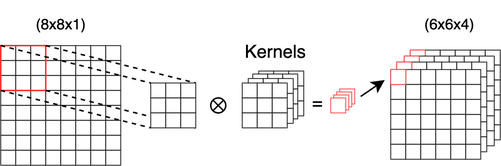
Above: media/convolutions.png in 25benjaminli/ml-explanations (draw.io), before the change. Source tidied: cells renumbered, new cells last; positions are measured from the earlier drawing's top-left corner, leaving out a move shared by most shapes.
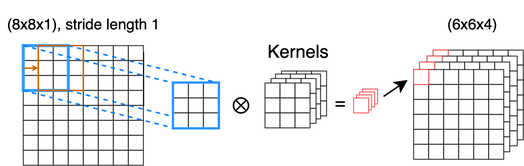
After the commit.

Change to the diagram source:
```diff
@@ -554,6 +554,9 @@
     <mxCell id="184" style="rounded=0;whiteSpace=wrap;html=1;strokeWidth=0.5;" parent="167" vertex="1">
       <mxGeometry x="40" width="10" height="10" as="geometry" />
     </mxCell>
+    <mxCell id="288" style="edgeStyle=orthogonalEdgeStyle;rounded=0;jettySize=auto;html=1;" parent="167" edge="1" source="185" target="231">
+      <mxGeometry relative="1" as="geometry" />
+    </mxCell>
     <mxCell id="185" style="rounded=0;whiteSpace=wrap;html=1;strokeWidth=0.5;" parent="167" vertex="1">
       <mxGeometry x="50" width="10" height="10" as="geometry" />
     </mxCell>
@@ -695,22 +698,31 @@
     <mxCell id="231" style="rounded=0;whiteSpace=wrap;html=1;strokeWidth=0.5;" parent="167" vertex="1">
       <mxGeometry x="70" y="70" width="10" height="10" as="geometry" />
     </mxCell>
-    <mxCell id="232" style="rounded=0;whiteSpace=wrap;html=1;strokeWidth=1;fillColor=none;strokeColor=#FF3333;" parent="167" vertex="1">
+    <mxCell id="232" style="rounded=0;whiteSpace=wrap;html=1;strokeWidth=2;fillColor=none;strokeColor=#3399FF;" parent="167" vertex="1">
       <mxGeometry width="30" height="30" as="geometry" />
     </mxCell>
+    <mxCell id="289" style="rounded=0;whiteSpace=wrap;html=1;strokeWidth=1;fillColor=none;strokeColor=#CC6600;" parent="167" vertex="1">
+      <mxGeometry x="10" width="30" height="30" as="geometry" />
+    </mxCell>
+    <mxCell id="290" style="endArrow=classic;html=1;rounded=0;endSize=1;strokeColor=#CC6600;" parent="167" edge="1">
+      <mxGeometry relative="1" as="geometry">
+        <mxPoint y="15.1" as="sourcePoint" />
+        <mxPoint x="10" y="15" as="targetPoint" />
+      </mxGeometry>
+    </mxCell>
-    <mxCell id="233" style="rounded=0;jettySize=auto;html=1;exitX=0;exitY=0;exitDx=0;exitDy=0;entryX=1;entryY=1;entryDx=0;entryDy=0;endArrow=none;endFill=0;dashed=1;" parent="1" edge="1" source="183" target="246">
+    <mxCell id="233" style="rounded=0;jettySize=auto;html=1;exitX=0;exitY=0;exitDx=0;exitDy=0;entryX=1;entryY=1;entryDx=0;entryDy=0;endArrow=none;endFill=0;dashed=1;strokeColor=#007FFF;" parent="1" edge="1" source="183" target="246">
       <mxGeometry relative="1" as="geometry" />
     </mxCell>
-    <mxCell id="234" style="rounded=0;jettySize=auto;html=1;exitX=0;exitY=0;exitDx=0;exitDy=0;entryX=0;entryY=0;entryDx=0;entryDy=0;endArrow=none;endFill=0;dashed=1;" parent="1" edge="1" source="232" target="238">
+    <mxCell id="234" style="rounded=0;jettySize=auto;html=1;exitX=0;exitY=0;exitDx=0;exitDy=0;entryX=0;entryY=0;entryDx=0;entryDy=0;endArrow=none;endFill=0;dashed=1;strokeColor=#007FFF;" parent="1" edge="1" source="232" target="238">
       <mxGeometry relative="1" as="geometry" />
     </mxCell>
-    <mxCell id="235" style="rounded=0;jettySize=auto;html=1;exitX=1;exitY=0;exitDx=0;exitDy=0;entryX=1;entryY=0;entryDx=0;entryDy=0;endArrow=none;endFill=0;dashed=1;" parent="1" edge="1" source="232" target="240">
+    <mxCell id="235" style="rounded=0;jettySize=auto;html=1;exitX=1;exitY=0;exitDx=0;exitDy=0;entryX=1;entryY=0;entryDx=0;entryDy=0;endArrow=none;endFill=0;dashed=1;strokeColor=#007FFF;" parent="1" edge="1" source="232" target="240">
       <mxGeometry relative="1" as="geometry" />
     </mxCell>
-    <mxCell id="236" style="rounded=0;jettySize=auto;html=1;exitX=0;exitY=1;exitDx=0;exitDy=0;entryX=0;entryY=1;entryDx=0;entryDy=0;endArrow=none;endFill=0;dashed=1;" parent="1" edge="1" source="232" target="244">
+    <mxCell id="236" style="rounded=0;jettySize=auto;html=1;exitX=0;exitY=1;exitDx=0;exitDy=0;entryX=0;entryY=1;entryDx=0;entryDy=0;endArrow=none;endFill=0;dashed=1;strokeColor=#007FFF;" parent="1" edge="1" source="232" target="244">
       <mxGeometry relative="1" as="geometry" />
     </mxCell>
-    <mxCell id="237" style="group;" parent="1" vertex="1">
+    <mxCell id="237" style="group;strokeColor=#007FFF;strokeWidth=2;" parent="1" vertex="1">
       <mxGeometry x="100" y="55" width="30" height="30" as="geometry" />
     </mxCell>
     <mxCell id="238" style="rounded=0;whiteSpace=wrap;html=1;strokeWidth=0.5;" parent="237" vertex="1">
@@ -740,6 +752,9 @@
     <mxCell id="246" style="rounded=0;whiteSpace=wrap;html=1;strokeWidth=0.5;" parent="237" vertex="1">
       <mxGeometry x="20" y="20" width="10" height="10" as="geometry" />
     </mxCell>
+    <mxCell id="291" style="rounded=0;whiteSpace=wrap;html=1;strokeWidth=1;fillColor=none;strokeColor=#3399FF;" parent="237" vertex="1">
+      <mxGeometry width="30" height="30" as="geometry" />
+    </mxCell>
     <mxCell id="247" style="group;" parent="1" vertex="1">
       <mxGeometry x="260" y="46" width="60" height="60" as="geometry" />
     </mxCell>
@@ -857,8 +872,8 @@
     <mxCell id="285" style="rounded=0;whiteSpace=wrap;html=1;strokeWidth=0.5;strokeColor=#FF3333;" parent="283" vertex="1">
       <mxGeometry width="10" height="10" as="geometry" />
     </mxCell>
-    <mxCell id="286" value="&lt;font style=&quot;font-size: 10px;&quot;&gt;(8x8x1)&lt;/font&gt;" style="text;html=1;align=center;verticalAlign=middle;whiteSpace=wrap;rounded=0;" parent="1" vertex="1">
-      <mxGeometry x="10" width="60" height="30" as="geometry" />
+    <mxCell id="286" value="&lt;font style=&quot;font-size: 10px;&quot;&gt;(8x8x1), stride length 1&lt;/font&gt;" style="text;html=1;align=center;verticalAlign=middle;whiteSpace=wrap;rounded=0;" parent="1" vertex="1">
+      <mxGeometry x="-15" width="110" height="30" as="geometry" />
     </mxCell>
     <mxCell id="287" value="&lt;font style=&quot;font-size: 10px;&quot;&gt;(6x6x4)&lt;/font&gt;" style="text;html=1;align=center;verticalAlign=middle;whiteSpace=wrap;rounded=0;" parent="1" vertex="1">
       <mxGeometry x="269" width="60" height="30" as="geometry" />
```
